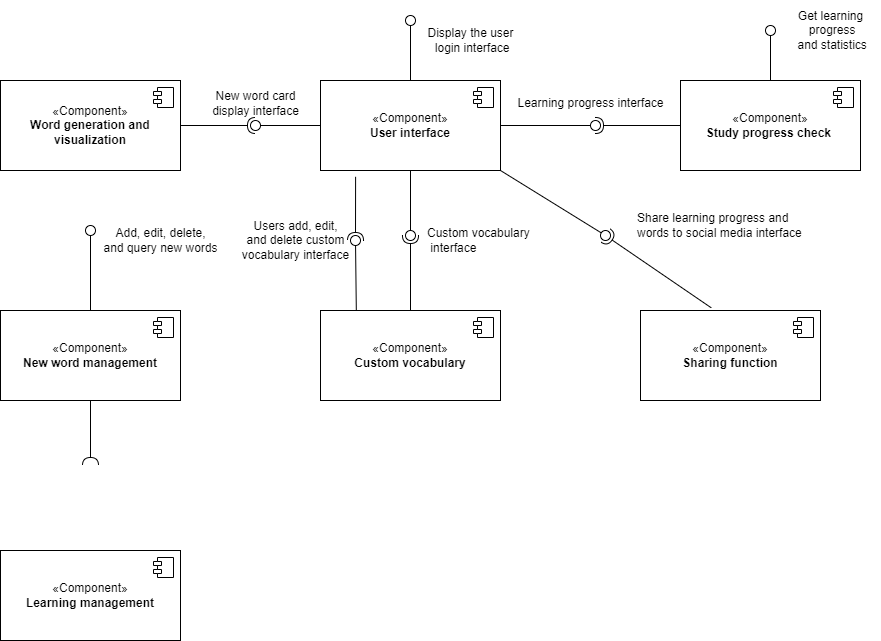
Before: component.drawio.png, a diagram exported from draw.io (xiangxiang3451/blog_pictures). Source tidied: cells renumbered, new cells last; positions are measured from the earlier drawing's top-left corner, leaving out a move shared by most shapes.
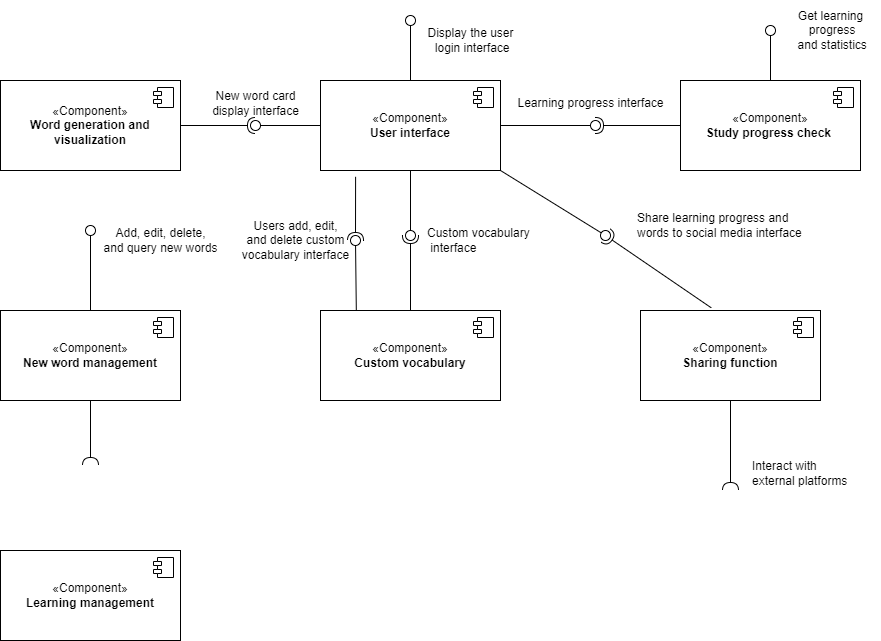
Above is the later version.

The edit, as a diff of the source:
```diff
@@ -163,5 +163,13 @@
     <mxCell id="48" value="Share learning progress and &lt;br&gt;words to social media interface" style="text;html=1;align=left;verticalAlign=middle;strokeColor=none;fillColor=none;" parent="1" vertex="1">
       <mxGeometry x="635" y="205" width="190" height="40" as="geometry" />
     </mxCell>
+    <mxCell id="49" style="rounded=0;jettySize=auto;html=1;endArrow=halfCircle;endFill=0;endSize=6;strokeWidth=1;sketch=0;fontSize=12;curved=1;exitX=0.5;exitY=1;exitDx=0;exitDy=0;" parent="1" edge="1" source="43">
+      <mxGeometry relative="1" as="geometry">
+        <mxPoint x="730" y="490" as="targetPoint" />
+      </mxGeometry>
+    </mxCell>
+    <mxCell id="50" value="Interact with &lt;br&gt;external platforms" style="text;html=1;align=left;verticalAlign=middle;strokeColor=none;fillColor=none;" parent="1" vertex="1">
+      <mxGeometry x="750" y="453" width="120" height="40" as="geometry" />
+    </mxCell>
   </root>
 </mxGraphModel>
```
